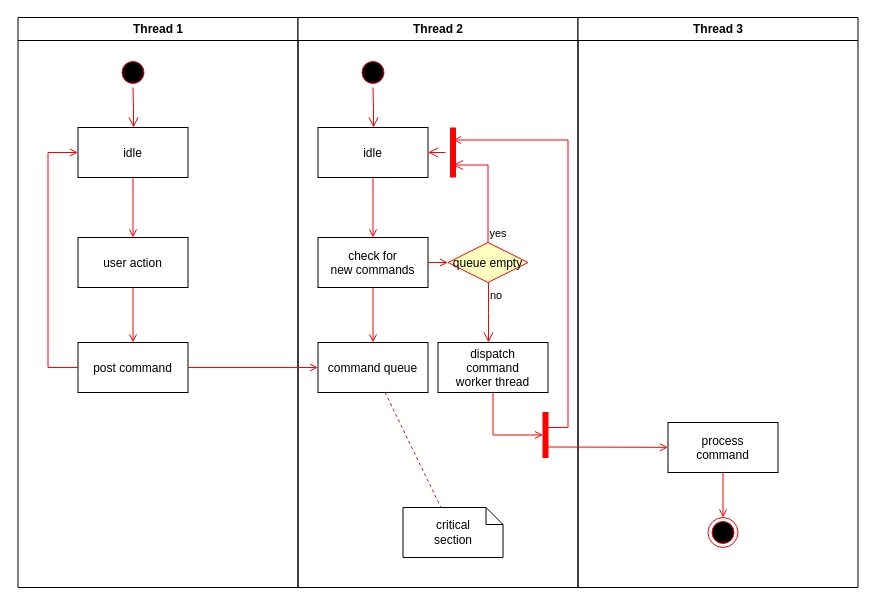
Before: Untitled Diagram.drawio in ErickRamirezO/Proyecto-Uber, a draw.io diagram. Source tidied: cells renumbered, new cells numbered last; positions are measured from the earlier drawing's top-left corner, leaving out a move shared by most shapes. Both pictures are drawn from the tidied source at 100%, with x=0, y=0 at pixel (17, 17).
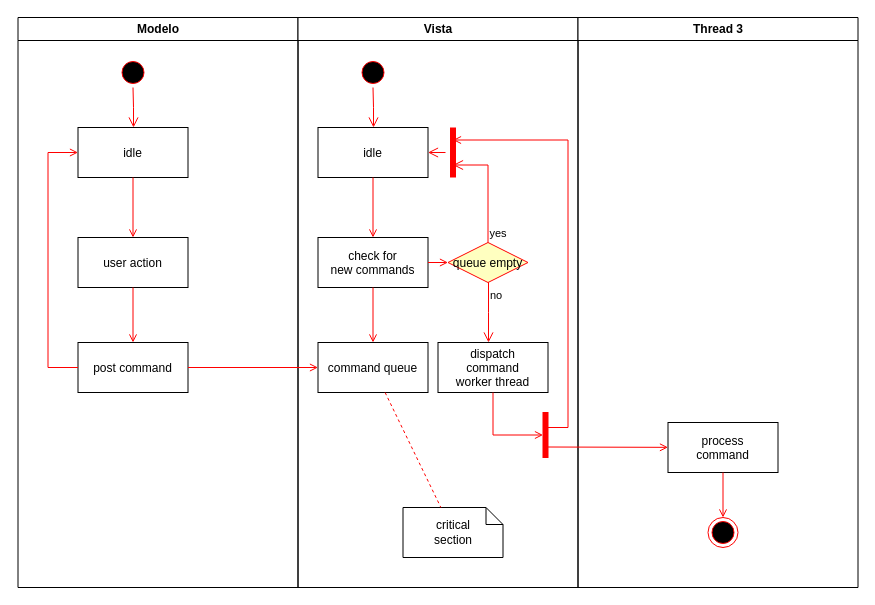
After the change.

Commit message:
Modelamiento UML

The edit, as a diff of the source:
```diff
@@
-    <mxCell id="2" value="Thread 1" style="swimlane;whiteSpace=wrap;" parent="1" vertex="1">
+    <mxCell id="2" value="Modelo" style="swimlane;whiteSpace=wrap;" parent="1" vertex="1">
       <mxGeometry x="0.5" width="280" height="570" as="geometry" />
     </mxCell>
@@
-    <mxCell id="11" value="Thread 2" style="swimlane;whiteSpace=wrap;" parent="1" vertex="1">
+    <mxCell id="11" value="Vista" style="swimlane;whiteSpace=wrap;" parent="1" vertex="1">
       <mxGeometry x="280.5" width="280" height="570" as="geometry" />
     </mxCell>
```
